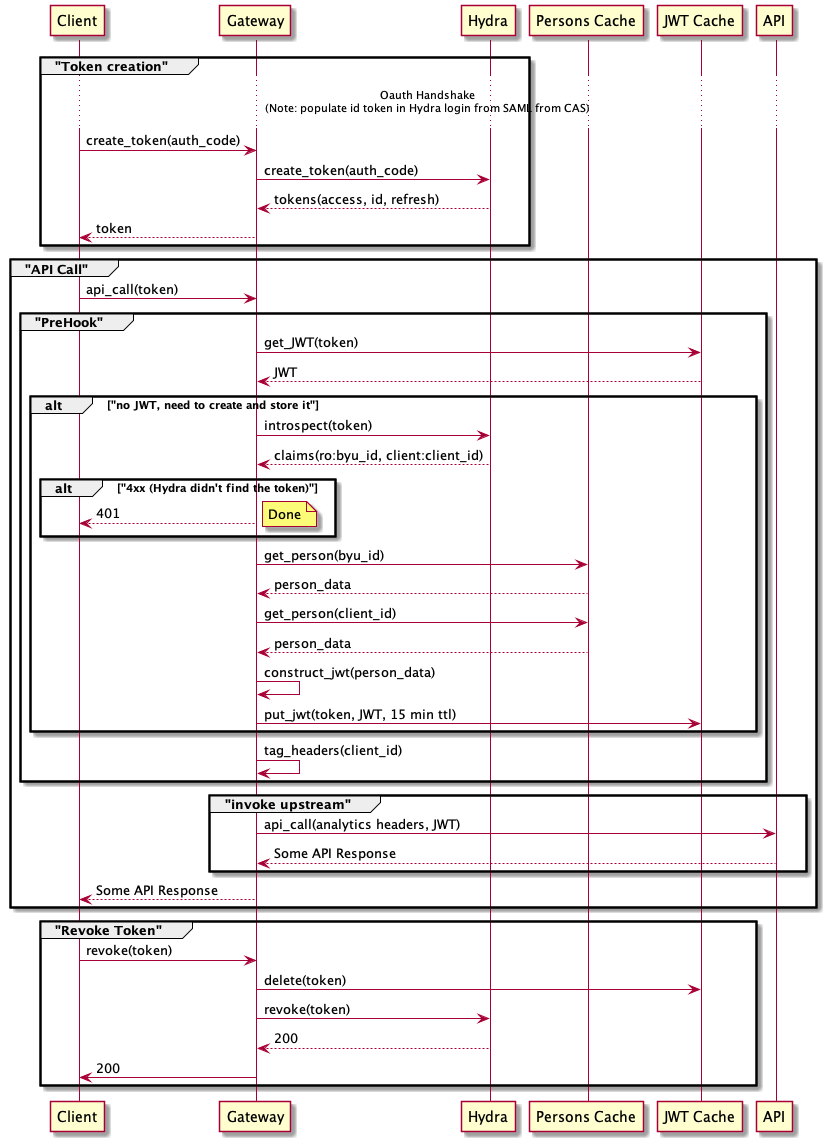
The PlantUML diagram doc/tyk-token-and-jwt.png in byu-oit/tyk-gateway-docker, before a commit. Source of this version:
```plantuml
@startuml tyk-token-and-jwt

participant Client as client
participant Gateway as gw
participant Hydra as hydra
participant "Persons Cache" as persons
participant "JWT Cache" as jwt
participant API as api

group "Token creation"
    ...Oauth Handshake\n(Note: populate id token in Hydra login from SAML from CAS)...
    client -> gw : create_token(auth_code)
    gw -> hydra : create_token(auth_code)
    hydra --> gw : tokens(access, id, refresh)
    gw --> client : token
end

group "API Call"
    client -> gw : api_call(token)
    group "PreHook"
        gw -> jwt : get_JWT(token)
        jwt --> gw : JWT
        alt "no JWT, need to create and store it"
            gw -> hydra : introspect(token)
            hydra --> gw : claims(ro:byu_id, client:client_id)
            alt "4xx (Hydra didn't find the token)"
                gw --> client : 401
                note right: Done
            end
            gw -> persons : get_person(byu_id)
            persons --> gw : person_data
            gw -> persons : get_person(client_id)
            persons --> gw : person_data
            gw -> gw : construct_jwt(person_data)
            gw -> jwt : put_jwt(token, JWT, 15 min ttl)
        end
        gw -> gw : tag_headers(client_id)
    end
    group "invoke upstream"
        gw -> api : api_call(analytics headers, JWT)
        api --> gw : Some API Response
    end
    gw --> client : Some API Response
end

group "Revoke Token"
    client -> gw : revoke(token)
    gw -> jwt : delete(token)
    gw -> hydra : revoke(token)
    hydra --> gw : 200
    gw -> client : 200
end

@enduml
```
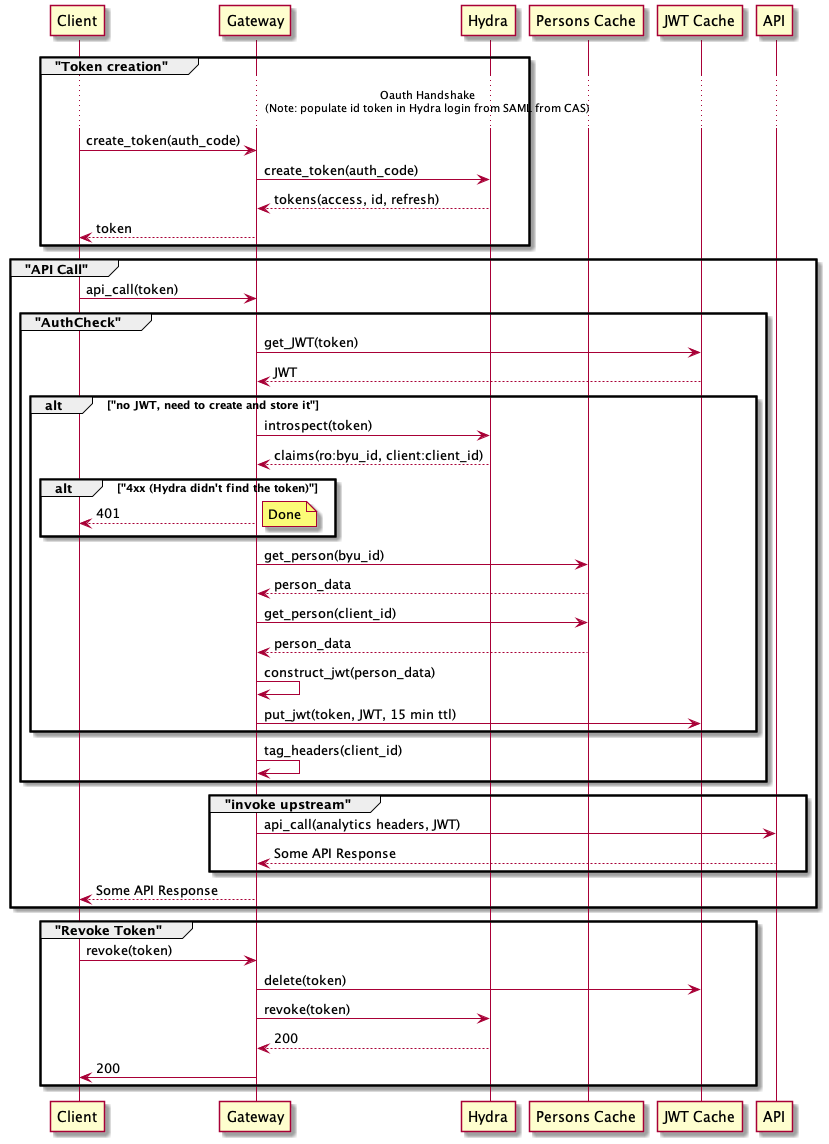
After the commit.

Change to the diagram source:
```diff
@@ -17,7 +17,7 @@
 
 group "API Call"
     client -> gw : api_call(token)
-    group "PreHook"
+    group "AuthCheck"
         gw -> jwt : get_JWT(token)
         jwt --> gw : JWT
         alt "no JWT, need to create and store it"
```
